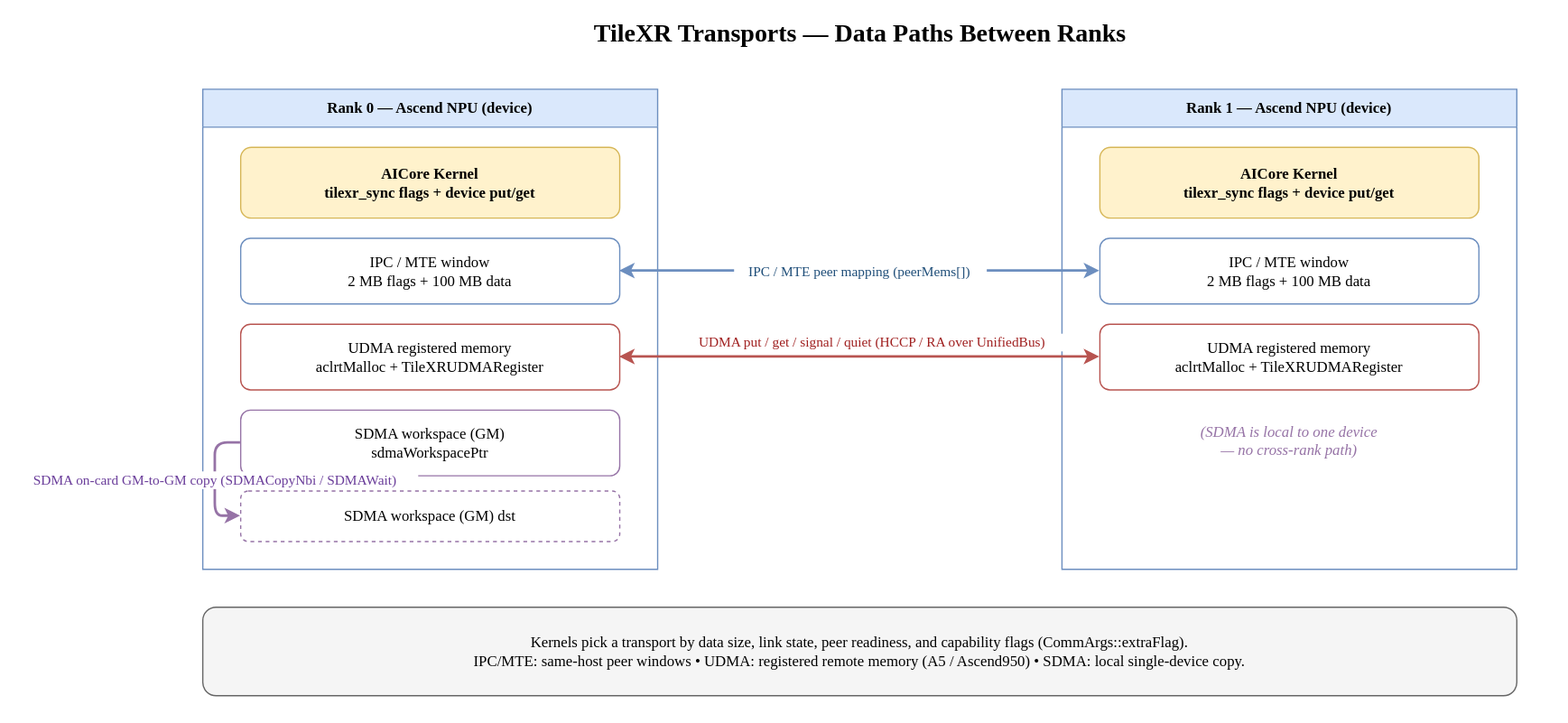
Before: docs/diagrams/transport-paths.drawio.svg, a diagram exported from draw.io (LingquLab/TileXR). Source tidied: cells renumbered, new cells last; positions are measured from the earlier drawing's top-left corner, leaving out a move shared by most shapes.
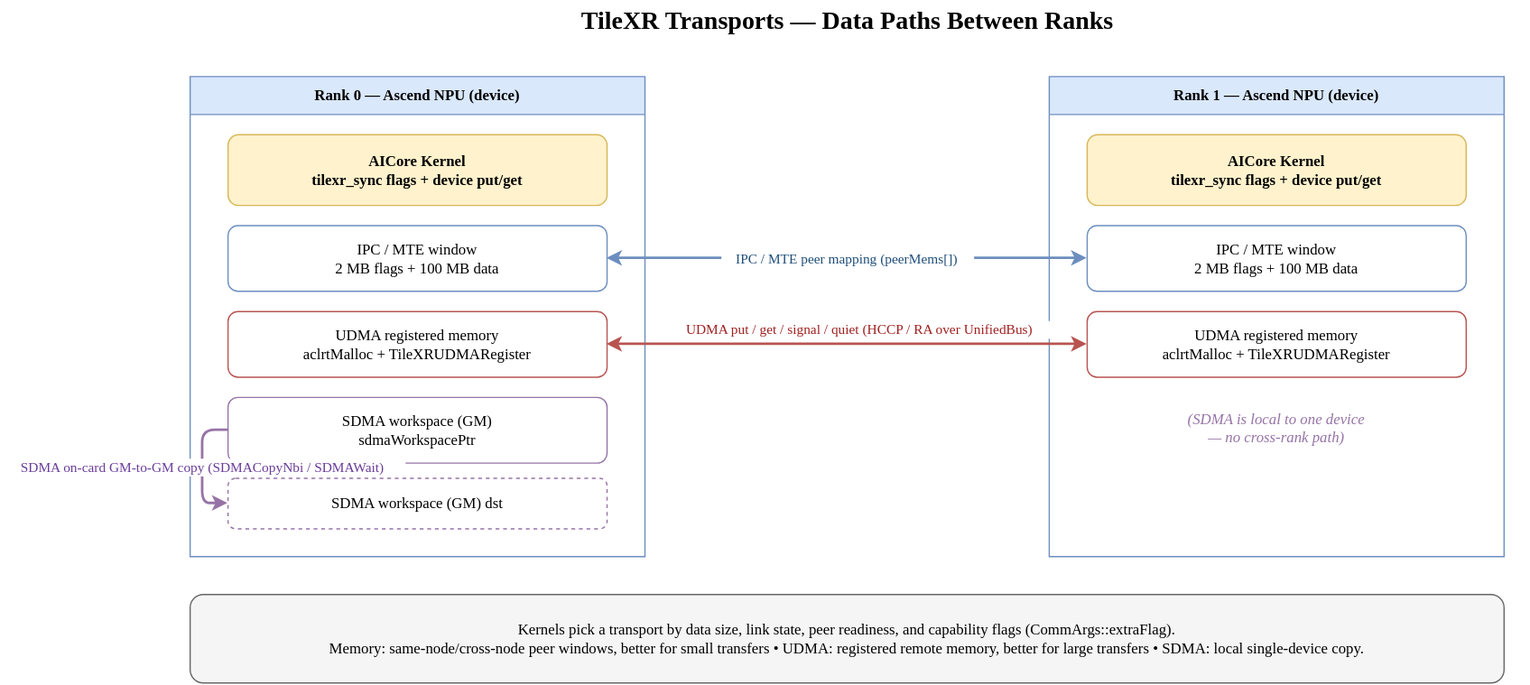
The same file after the commit.

Commit message:
docs: clarify cross-node memory transport

What changed in the source:
```diff
@@ -52,7 +52,7 @@
         </Array>
       </mxGeometry>
     </mxCell>
-    <mxCell id="17" value="Kernels pick a transport by data size, link state, peer readiness, and capability flags (CommArgs::extraFlag).&#10;IPC/MTE: same-host peer windows  •  UDMA: registered remote memory (A5 / Ascend950)  •  SDMA: local single-device copy." style="rounded=1;whiteSpace=wrap;fillColor=#f5f5f5;strokeColor=#666666;align=center;fontFamily=Comic Sans MS;" parent="1" vertex="1">
+    <mxCell id="17" value="Kernels pick a transport by data size, link state, peer readiness, and capability flags (CommArgs::extraFlag).&#10;Memory: same-node/cross-node peer windows, better for small transfers  •  UDMA: registered remote memory, better for large transfers  •  SDMA: local single-device copy." style="rounded=1;whiteSpace=wrap;fillColor=#f5f5f5;strokeColor=#666666;align=center;fontFamily=Comic Sans MS;" parent="1" vertex="1">
       <mxGeometry x="20" y="470" width="1040" height="70" as="geometry" />
     </mxCell>
   </root>
```
